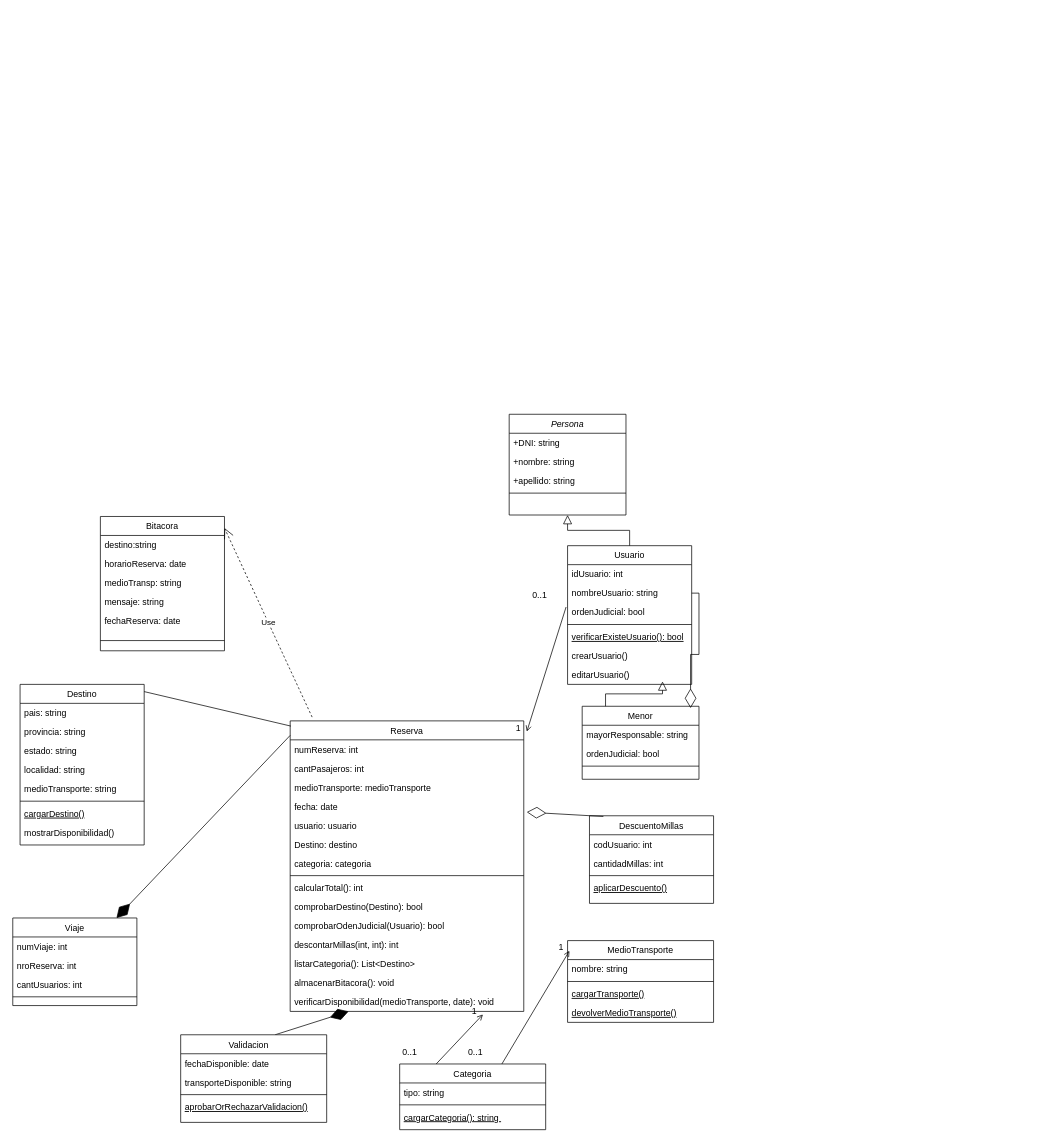
Before: diagrama clases examen AyDSII.drawio in phoenix1179/BD, a draw.io diagram. Source tidied: cells renumbered, new cells numbered last; positions are measured from the earlier drawing's top-left corner, leaving out a move shared by most shapes. Both pictures are drawn from the tidied source at 73%, with x=0, y=0 at pixel (12, 414).
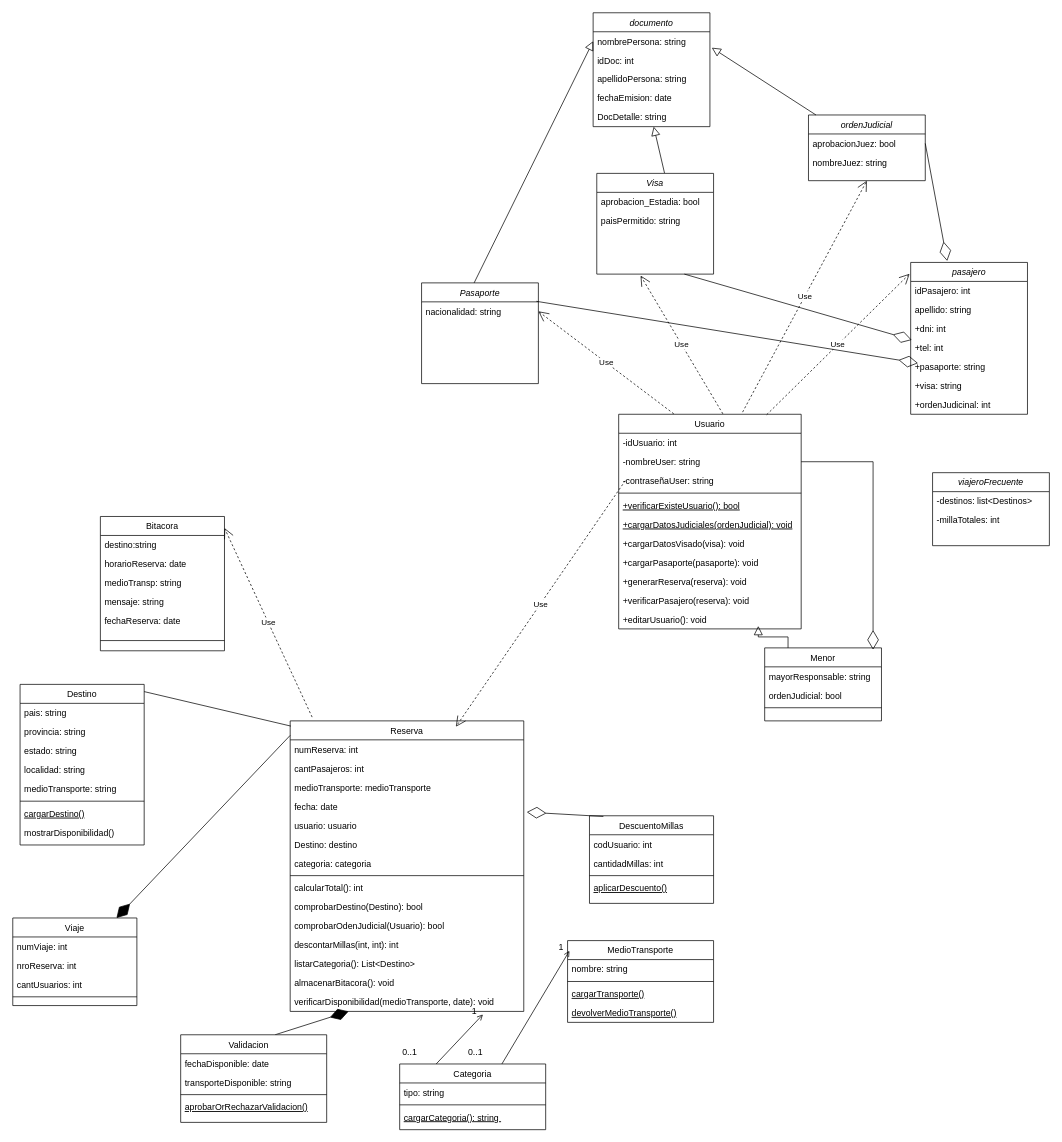
The same page after the edit.

The change refers to these unchanged cells:
```xml
<mxCell id="20" value="Reserva" style="swimlane;fontStyle=0;align=center;verticalAlign=top;horizontal=1;startSize=26;rounded=0;shadow=0;strokeWidth=1;" parent="1" vertex="1">
  <mxGeometry x="380" y="420" width="320" height="398" as="geometry" />
</mxCell>
```

What changed in the source:
```diff
@@
-    <mxCell id="2" value="Persona" style="swimlane;fontStyle=2;align=center;verticalAlign=top;horizontal=1;startSize=26;rounded=0;shadow=0;strokeWidth=1;" parent="1" vertex="1">
-      <mxGeometry x="680" width="160" height="138" as="geometry" />
+    <mxCell id="2" value="Pasaporte" style="swimlane;fontStyle=2;align=center;verticalAlign=top;horizontal=1;startSize=26;rounded=0;shadow=0;strokeWidth=1;" parent="1" vertex="1">
+      <mxGeometry x="560" y="-180" width="160" height="138" as="geometry" />
     </mxCell>
-    <mxCell id="3" value="+DNI: string" style="text;align=left;verticalAlign=top;spacingLeft=4;spacingRight=4;overflow=hidden;points=[[0,0.5],[1,0.5]];portConstraint=eastwest;" parent="2" vertex="1">
+    <mxCell id="3" value="nacionalidad: string" style="text;align=left;verticalAlign=top;spacingLeft=4;spacingRight=4;overflow=hidden;points=[[0,0.5],[1,0.5]];portConstraint=eastwest;" parent="2" vertex="1">
       <mxGeometry y="26" width="160" height="26" as="geometry" />
     </mxCell>
-    <mxCell id="4" value="+nombre: string" style="text;align=left;verticalAlign=top;spacingLeft=4;spacingRight=4;overflow=hidden;rounded=0;shadow=0;html=0;" parent="2" vertex="1">
-      <mxGeometry y="52" width="160" height="26" as="geometry" />
-    </mxCell>
-    <mxCell id="5" value="+apellido: string" style="text;align=left;verticalAlign=top;spacingLeft=4;spacingRight=4;overflow=hidden;rounded=0;shadow=0;html=0;" parent="2" vertex="1">
-      <mxGeometry y="78" width="160" height="26" as="geometry" />
-    </mxCell>
-    <mxCell id="6" style="line;html=1;strokeWidth=1;align=left;verticalAlign=middle;spacingTop=-1;spacingLeft=3;spacingRight=3;labelPosition=right;" parent="2" vertex="1">
-      <mxGeometry y="104" width="160" height="8" as="geometry" />
-    </mxCell>
     <mxCell id="7" value="Usuario" style="swimlane;fontStyle=0;align=center;verticalAlign=top;horizontal=1;startSize=26;rounded=0;shadow=0;strokeWidth=1;" parent="1" vertex="1">
-      <mxGeometry x="760" y="180" width="170" height="190" as="geometry" />
+      <mxGeometry x="830" width="250" height="294" as="geometry" />
     </mxCell>
-    <mxCell id="8" value="idUsuario: int" style="text;align=left;verticalAlign=top;spacingLeft=4;spacingRight=4;overflow=hidden;" parent="7" vertex="1">
-      <mxGeometry y="26" width="170" height="26" as="geometry" />
+    <mxCell id="8" value="-idUsuario: int" style="text;align=left;verticalAlign=top;spacingLeft=4;spacingRight=4;overflow=hidden;" parent="7" vertex="1">
+      <mxGeometry y="26" width="250" height="26" as="geometry" />
     </mxCell>
-    <mxCell id="9" value="nombreUsuario: string" style="text;align=left;verticalAlign=top;spacingLeft=4;spacingRight=4;overflow=hidden;points=[[0,0.5],[1,0.5]];portConstraint=eastwest;" parent="7" vertex="1">
-      <mxGeometry y="52" width="170" height="26" as="geometry" />
+    <mxCell id="9" value="-nombreUser: string" style="text;align=left;verticalAlign=top;spacingLeft=4;spacingRight=4;overflow=hidden;points=[[0,0.5],[1,0.5]];portConstraint=eastwest;" parent="7" vertex="1">
+      <mxGeometry y="52" width="250" height="26" as="geometry" />
     </mxCell>
-    <mxCell id="10" value="ordenJudicial: bool" style="text;align=left;verticalAlign=top;spacingLeft=4;spacingRight=4;overflow=hidden;points=[[0,0.5],[1,0.5]];portConstraint=eastwest;rounded=0;shadow=0;html=0;" parent="7" vertex="1">
-      <mxGeometry y="78" width="170" height="26" as="geometry" />
+    <mxCell id="10" value="-contraseñaUser: string" style="text;align=left;verticalAlign=top;spacingLeft=4;spacingRight=4;overflow=hidden;points=[[0,0.5],[1,0.5]];portConstraint=eastwest;rounded=0;shadow=0;html=0;" parent="7" vertex="1">
+      <mxGeometry y="78" width="250" height="26" as="geometry" />
     </mxCell>
     <mxCell id="11" style="line;html=1;strokeWidth=1;align=left;verticalAlign=middle;spacingTop=-1;spacingLeft=3;spacingRight=3;labelPosition=right;" parent="7" vertex="1">
-      <mxGeometry y="104" width="170" height="8" as="geometry" />
+      <mxGeometry y="104" width="250" height="8" as="geometry" />
     </mxCell>
-    <mxCell id="12" value="verificarExisteUsuario(): bool" style="text;align=left;verticalAlign=top;spacingLeft=4;spacingRight=4;overflow=hidden;fontStyle=4;" parent="7" vertex="1">
-      <mxGeometry y="112" width="170" height="26" as="geometry" />
+    <mxCell id="12" value="+verificarExisteUsuario(): bool" style="text;align=left;verticalAlign=top;spacingLeft=4;spacingRight=4;overflow=hidden;fontStyle=4;" parent="7" vertex="1">
+      <mxGeometry y="112" width="250" height="26" as="geometry" />
     </mxCell>
+    <mxCell id="92" value="+cargarDatosJudiciales(ordenJudicial): void" style="text;align=left;verticalAlign=top;spacingLeft=4;spacingRight=4;overflow=hidden;fontStyle=4;" parent="7" vertex="1">
+      <mxGeometry y="138" width="250" height="26" as="geometry" />
+    </mxCell>
-    <mxCell id="13" value="crearUsuario()" style="text;align=left;verticalAlign=top;spacingLeft=4;spacingRight=4;overflow=hidden;" parent="7" vertex="1">
-      <mxGeometry y="138" width="170" height="26" as="geometry" />
+    <mxCell id="13" value="+cargarDatosVisado(visa): void" style="text;align=left;verticalAlign=top;spacingLeft=4;spacingRight=4;overflow=hidden;" parent="7" vertex="1">
+      <mxGeometry y="164" width="250" height="26" as="geometry" />
     </mxCell>
+    <mxCell id="93" value="+cargarPasaporte(pasaporte): void" style="text;align=left;verticalAlign=top;spacingLeft=4;spacingRight=4;overflow=hidden;" parent="7" vertex="1">
+      <mxGeometry y="190" width="250" height="26" as="geometry" />
+    </mxCell>
+    <mxCell id="94" value="+generarReserva(reserva): void" style="text;align=left;verticalAlign=top;spacingLeft=4;spacingRight=4;overflow=hidden;" parent="7" vertex="1">
+      <mxGeometry y="216" width="250" height="26" as="geometry" />
+    </mxCell>
+    <mxCell id="95" value="+verificarPasajero(reserva): void" style="text;align=left;verticalAlign=top;spacingLeft=4;spacingRight=4;overflow=hidden;" parent="7" vertex="1">
+      <mxGeometry y="242" width="250" height="26" as="geometry" />
+    </mxCell>
-    <mxCell id="14" value="editarUsuario()" style="text;align=left;verticalAlign=top;spacingLeft=4;spacingRight=4;overflow=hidden;points=[[0,0.5],[1,0.5]];portConstraint=eastwest;" parent="7" vertex="1">
-      <mxGeometry y="164" width="170" height="26" as="geometry" />
+    <mxCell id="14" value="+editarUsuario(): void" style="text;align=left;verticalAlign=top;spacingLeft=4;spacingRight=4;overflow=hidden;points=[[0,0.5],[1,0.5]];portConstraint=eastwest;" parent="7" vertex="1">
+      <mxGeometry y="268" width="250" height="26" as="geometry" />
     </mxCell>
-    <mxCell id="15" style="endArrow=block;endSize=10;endFill=0;shadow=0;strokeWidth=1;rounded=0;edgeStyle=elbowEdgeStyle;elbow=vertical;" parent="1" edge="1" source="7" target="2">
-      <mxGeometry relative="1" as="geometry" />
-    </mxCell>
     <mxCell id="16" value="Menor" style="swimlane;fontStyle=0;align=center;verticalAlign=top;horizontal=1;startSize=26;rounded=0;shadow=0;strokeWidth=1;" parent="1" vertex="1">
-      <mxGeometry x="780" y="400" width="160" height="100" as="geometry" />
+      <mxGeometry x="1030" y="320" width="160" height="100" as="geometry" />
     </mxCell>
@@
-    <mxCell id="37" style="endArrow=open;shadow=0;strokeWidth=1;rounded=0;endFill=1;elbow=vertical;exitX=-0.012;exitY=0.231;exitDx=0;exitDy=0;exitPerimeter=0;entryX=1.013;entryY=0.037;entryDx=0;entryDy=0;entryPerimeter=0;" parent="1" edge="1" source="10" target="20">
-      <mxGeometry x="0.5" y="41" relative="1" as="geometry">
-        <mxPoint x="-40" y="32" as="offset" />
-      </mxGeometry>
-    </mxCell>
-    <mxCell id="38" value="0..1" style="align=left;verticalAlign=bottom;labelBackgroundColor=none;fontSize=12;" parent="37" vertex="1">
-      <mxGeometry x="-1" relative="1" as="geometry">
-        <mxPoint x="-48" y="-8" as="offset" />
-      </mxGeometry>
-    </mxCell>
-    <mxCell id="39" value="1" style="align=right;verticalAlign=bottom;labelBackgroundColor=none;fontSize=12;" parent="37" vertex="1">
-      <mxGeometry x="1" relative="1" as="geometry">
-        <mxPoint x="-7" y="4" as="offset" />
-      </mxGeometry>
-    </mxCell>
@@
+    <mxCell id="96" value="Use" style="endArrow=open;endSize=12;dashed=1;html=1;rounded=0;entryX=1;entryY=0.5;entryDx=0;entryDy=0;exitX=0.302;exitY=-0.002;exitDx=0;exitDy=0;exitPerimeter=0;" parent="1" edge="1" source="7" target="3">
+      <mxGeometry relative="1" as="geometry" />
+    </mxCell>
+    <mxCell id="97" value="Use" style="endArrow=open;endSize=12;dashed=1;html=1;rounded=0;exitX=-0.004;exitY=0.115;exitDx=0;exitDy=0;exitPerimeter=0;entryX=0.678;entryY=-0.005;entryDx=0;entryDy=0;entryPerimeter=0;" parent="1" edge="1">
+      <mxGeometry relative="1" as="geometry">
+        <mxPoint x="839" y="91" as="sourcePoint" />
+        <mxPoint x="607" y="428" as="targetPoint" />
+      </mxGeometry>
+    </mxCell>
+    <mxCell id="98" value="Visa" style="swimlane;fontStyle=2;align=center;verticalAlign=top;horizontal=1;startSize=26;rounded=0;shadow=0;strokeWidth=1;" parent="1" vertex="1">
+      <mxGeometry x="800" y="-330" width="160" height="138" as="geometry" />
+    </mxCell>
+    <mxCell id="99" value="Use" style="endArrow=open;endSize=12;dashed=1;html=1;rounded=0;exitX=0.571;exitY=-0.002;exitDx=0;exitDy=0;exitPerimeter=0;" parent="98" edge="1" source="7">
+      <mxGeometry relative="1" as="geometry">
+        <mxPoint x="60" y="140" as="targetPoint" />
+      </mxGeometry>
+    </mxCell>
+    <mxCell id="100" value="aprobacion_Estadia: bool" style="text;align=left;verticalAlign=top;spacingLeft=4;spacingRight=4;overflow=hidden;" parent="98" vertex="1">
+      <mxGeometry y="26" width="160" height="26" as="geometry" />
+    </mxCell>
+    <mxCell id="101" value="paisPermitido: string" style="text;align=left;verticalAlign=top;spacingLeft=4;spacingRight=4;overflow=hidden;" parent="98" vertex="1">
+      <mxGeometry y="52" width="160" height="26" as="geometry" />
+    </mxCell>
+    <mxCell id="102" value="ordenJudicial" style="swimlane;fontStyle=2;align=center;verticalAlign=top;horizontal=1;startSize=26;rounded=0;shadow=0;strokeWidth=1;" parent="1" vertex="1">
+      <mxGeometry x="1090" y="-410" width="160" height="90" as="geometry" />
+    </mxCell>
+    <mxCell id="103" value="aprobacionJuez: bool" style="text;align=left;verticalAlign=top;spacingLeft=4;spacingRight=4;overflow=hidden;points=[[0,0.5],[1,0.5]];portConstraint=eastwest;" parent="102" vertex="1">
+      <mxGeometry y="26" width="160" height="26" as="geometry" />
+    </mxCell>
+    <mxCell id="104" value="nombreJuez: string" style="text;align=left;verticalAlign=top;spacingLeft=4;spacingRight=4;overflow=hidden;" parent="102" vertex="1">
+      <mxGeometry y="52" width="160" height="26" as="geometry" />
+    </mxCell>
+    <mxCell id="105" value="Use" style="endArrow=open;endSize=12;dashed=1;html=1;rounded=0;exitX=0.679;exitY=-0.01;exitDx=0;exitDy=0;exitPerimeter=0;entryX=0.5;entryY=1;entryDx=0;entryDy=0;" parent="1" edge="1" source="7" target="102">
+      <mxGeometry relative="1" as="geometry" />
+    </mxCell>
+    <mxCell id="106" value="documento" style="swimlane;fontStyle=2;align=center;verticalAlign=top;horizontal=1;startSize=26;rounded=0;shadow=0;strokeWidth=1;" parent="1" vertex="1">
+      <mxGeometry x="795" y="-550" width="160" height="156" as="geometry" />
+    </mxCell>
+    <mxCell id="107" value="nombrePersona: string" style="text;align=left;verticalAlign=top;spacingLeft=4;spacingRight=4;overflow=hidden;points=[[0,0.5],[1,0.5]];portConstraint=eastwest;" parent="106" vertex="1">
+      <mxGeometry y="26" width="160" height="26" as="geometry" />
+    </mxCell>
+    <mxCell id="108" value="idDoc: int" style="text;align=left;verticalAlign=top;spacingLeft=4;spacingRight=4;overflow=hidden;" parent="106" vertex="1">
+      <mxGeometry y="52" width="160" height="26" as="geometry" />
+    </mxCell>
+    <mxCell id="109" value="apellidoPersona: string" style="text;align=left;verticalAlign=top;spacingLeft=4;spacingRight=4;overflow=hidden;" parent="106" vertex="1">
+      <mxGeometry y="78" width="160" height="26" as="geometry" />
+    </mxCell>
+    <mxCell id="110" value="fechaEmision: date" style="text;align=left;verticalAlign=top;spacingLeft=4;spacingRight=4;overflow=hidden;" parent="106" vertex="1">
+      <mxGeometry y="104" width="160" height="26" as="geometry" />
+    </mxCell>
+    <mxCell id="111" value="DocDetalle: string" style="text;align=left;verticalAlign=top;spacingLeft=4;spacingRight=4;overflow=hidden;points=[[0,0.5],[1,0.5]];portConstraint=eastwest;" parent="106" vertex="1">
+      <mxGeometry y="130" width="160" height="26" as="geometry" />
+    </mxCell>
+    <mxCell id="112" style="endArrow=block;endSize=10;endFill=0;shadow=0;strokeWidth=1;rounded=0;elbow=vertical;exitX=0.58;exitY=-0.003;exitDx=0;exitDy=0;exitPerimeter=0;" parent="1" edge="1" source="98" target="111">
+      <mxGeometry relative="1" as="geometry" />
+    </mxCell>
+    <mxCell id="113" style="endArrow=block;endSize=10;endFill=0;shadow=0;strokeWidth=1;rounded=0;elbow=vertical;entryX=1.016;entryY=0.842;entryDx=0;entryDy=0;entryPerimeter=0;" parent="1" edge="1" source="102" target="107">
+      <mxGeometry relative="1" as="geometry" />
+    </mxCell>
+    <mxCell id="114" style="endArrow=block;endSize=10;endFill=0;shadow=0;strokeWidth=1;rounded=0;elbow=vertical;exitX=0.45;exitY=0;exitDx=0;exitDy=0;exitPerimeter=0;entryX=0;entryY=0.5;entryDx=0;entryDy=0;" parent="1" edge="1" source="2" target="107">
+      <mxGeometry relative="1" as="geometry" />
+    </mxCell>
+    <mxCell id="115" value="pasajero" style="swimlane;fontStyle=2;align=center;verticalAlign=top;horizontal=1;startSize=26;rounded=0;shadow=0;strokeWidth=1;" parent="1" vertex="1">
+      <mxGeometry x="1230" y="-208" width="160" height="208" as="geometry" />
+    </mxCell>
+    <mxCell id="116" value="idPasajero: int" style="text;align=left;verticalAlign=top;spacingLeft=4;spacingRight=4;overflow=hidden;" parent="115" vertex="1">
+      <mxGeometry y="26" width="160" height="26" as="geometry" />
+    </mxCell>
+    <mxCell id="117" value="apellido: string" style="text;align=left;verticalAlign=top;spacingLeft=4;spacingRight=4;overflow=hidden;" parent="115" vertex="1">
+      <mxGeometry y="52" width="160" height="26" as="geometry" />
+    </mxCell>
+    <mxCell id="118" value="+dni: int" style="text;align=left;verticalAlign=top;spacingLeft=4;spacingRight=4;overflow=hidden;" parent="115" vertex="1">
+      <mxGeometry y="78" width="160" height="26" as="geometry" />
+    </mxCell>
+    <mxCell id="119" value="+tel: int" style="text;align=left;verticalAlign=top;spacingLeft=4;spacingRight=4;overflow=hidden;points=[[0,0.5],[1,0.5]];portConstraint=eastwest;" parent="115" vertex="1">
+      <mxGeometry y="104" width="160" height="26" as="geometry" />
+    </mxCell>
+    <mxCell id="120" value="+pasaporte: string" style="text;align=left;verticalAlign=top;spacingLeft=4;spacingRight=4;overflow=hidden;" parent="115" vertex="1">
+      <mxGeometry y="130" width="160" height="26" as="geometry" />
+    </mxCell>
+    <mxCell id="121" value="+visa: string" style="text;align=left;verticalAlign=top;spacingLeft=4;spacingRight=4;overflow=hidden;" parent="115" vertex="1">
+      <mxGeometry y="156" width="160" height="26" as="geometry" />
+    </mxCell>
+    <mxCell id="122" value="+ordenJudicinal: int " style="text;align=left;verticalAlign=top;spacingLeft=4;spacingRight=4;overflow=hidden;" parent="115" vertex="1">
+      <mxGeometry y="182" width="160" height="26" as="geometry" />
+    </mxCell>
+    <mxCell id="123" value="Use" style="endArrow=open;endSize=12;dashed=1;html=1;rounded=0;exitX=0.811;exitY=0.002;exitDx=0;exitDy=0;exitPerimeter=0;entryX=-0.009;entryY=0.075;entryDx=0;entryDy=0;entryPerimeter=0;" parent="1" edge="1" source="7" target="115">
+      <mxGeometry relative="1" as="geometry" />
+    </mxCell>
+    <mxCell id="124" style="endArrow=diamondThin;endFill=0;endSize=24;html=1;rounded=0;exitX=1;exitY=0.5;exitDx=0;exitDy=0;" parent="1" edge="1" source="103">
+      <mxGeometry relative="1" as="geometry">
+        <mxPoint x="1280" y="-210" as="targetPoint" />
+      </mxGeometry>
+    </mxCell>
+    <mxCell id="125" style="endArrow=diamondThin;endFill=0;endSize=24;html=1;rounded=0;exitX=0.75;exitY=1;exitDx=0;exitDy=0;entryX=0.009;entryY=0.084;entryDx=0;entryDy=0;entryPerimeter=0;" parent="1" edge="1" source="98" target="119">
+      <mxGeometry relative="1" as="geometry" />
+    </mxCell>
+    <mxCell id="126" style="endArrow=diamondThin;endFill=0;endSize=24;html=1;rounded=0;exitX=0.983;exitY=-0.029;exitDx=0;exitDy=0;exitPerimeter=0;" parent="1" edge="1" source="3">
+      <mxGeometry relative="1" as="geometry">
+        <mxPoint x="1240" y="-70" as="targetPoint" />
+      </mxGeometry>
+    </mxCell>
+    <mxCell id="127" value="viajeroFrecuente" style="swimlane;fontStyle=2;align=center;verticalAlign=top;horizontal=1;startSize=26;rounded=0;shadow=0;strokeWidth=1;" parent="1" vertex="1">
+      <mxGeometry x="1260" y="80" width="160" height="100" as="geometry" />
+    </mxCell>
+    <mxCell id="128" value="-destinos: list&lt;Destinos&gt;" style="text;align=left;verticalAlign=top;spacingLeft=4;spacingRight=4;overflow=hidden;" parent="127" vertex="1">
+      <mxGeometry y="26" width="160" height="26" as="geometry" />
+    </mxCell>
+    <mxCell id="129" value="-millaTotales: int" style="text;align=left;verticalAlign=top;spacingLeft=4;spacingRight=4;overflow=hidden;" parent="127" vertex="1">
+      <mxGeometry y="52" width="160" height="26" as="geometry" />
+    </mxCell>
```
